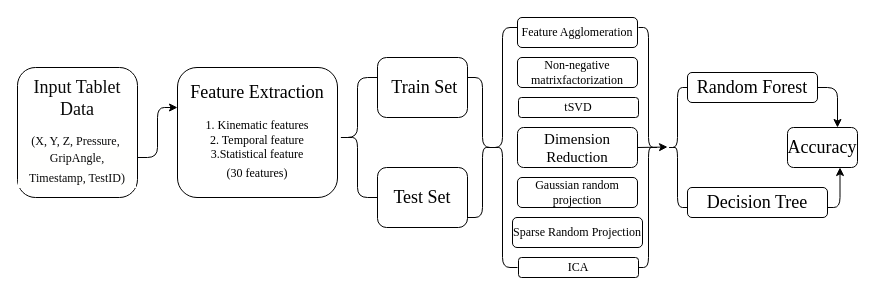
Above: Untitled Diagram.drawio in musaru/first_program (draw.io), before the change. Source tidied: cells renumbered, new cells numbered last; positions are measured from the earlier drawing's top-left corner, leaving out a move shared by most shapes. Both pictures are drawn from the tidied source at 100%, with x=0, y=0 at pixel (17, 17).
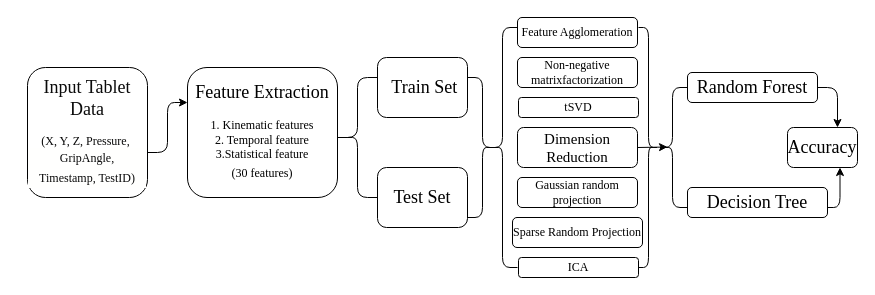
After the change.

What changed in the source:
```diff
@@
     <mxCell id="2" value="&lt;div style=&quot;font-size: 18px&quot; align=&quot;center&quot;&gt;&lt;font style=&quot;font-size: 18px&quot; face=&quot;Times New Roman&quot; color=&quot;#0A0A0A&quot;&gt;&lt;font style=&quot;font-size: 18px&quot;&gt;Input Tablet Data &lt;/font&gt;&lt;br&gt;&lt;/font&gt;&lt;/div&gt;&lt;div style=&quot;font-size: 11px&quot; align=&quot;center&quot;&gt;&lt;font style=&quot;font-size: 11px&quot; face=&quot;Times New Roman&quot; color=&quot;#0A0A0A&quot;&gt;&amp;nbsp;&lt;br&gt;&lt;/font&gt;&lt;/div&gt;&lt;div align=&quot;center&quot;&gt;&lt;font style=&quot;font-size: 12px&quot; face=&quot;Times New Roman&quot; color=&quot;#0A0A0A&quot;&gt;(X&lt;/font&gt;&lt;font style=&quot;font-size: 12px&quot; face=&quot;Times New Roman&quot; color=&quot;#0A0A0A&quot;&gt;, Y, Z, Pressure,&amp;nbsp;&lt;br&gt;&lt;/font&gt;&lt;/div&gt;&lt;div align=&quot;center&quot;&gt;&lt;div style=&quot;background-color: rgb(255 , 255 , 254) ; font-weight: normal ; line-height: 20px&quot;&gt;&lt;div&gt;&lt;font style=&quot;font-size: 12px&quot; face=&quot;Times New Roman&quot; color=&quot;#0A0A0A&quot;&gt;GripAngle,&lt;/font&gt;&lt;/div&gt;&lt;div&gt;&lt;font style=&quot;font-size: 12px&quot; face=&quot;Times New Roman&quot; color=&quot;#0A0A0A&quot;&gt;&lt;font style=&quot;font-size: 12px&quot;&gt;Timestamp, TestID)&lt;/font&gt;&lt;br&gt;&lt;/font&gt;&lt;/div&gt;&lt;/div&gt;&lt;/div&gt;" style="rounded=1;whiteSpace=wrap;html=1;align=center;" parent="1" vertex="1">
-      <mxGeometry y="50" width="120" height="130" as="geometry" />
+      <mxGeometry x="10" y="50" width="120" height="130" as="geometry" />
     </mxCell>
     <mxCell id="3" value="&lt;div style=&quot;font-size: 11px&quot;&gt;&lt;font style=&quot;font-size: 18px&quot; face=&quot;Times New Roman&quot;&gt;Feature Extraction&lt;/font&gt;&lt;/div&gt;&lt;div&gt;&lt;font style=&quot;font-size: 12px&quot; face=&quot;Times New Roman&quot;&gt;&lt;br&gt;&lt;/font&gt;&lt;/div&gt;&lt;div&gt;&lt;font style=&quot;font-size: 12px&quot; face=&quot;Times New Roman&quot;&gt;1. Kinematic features&lt;/font&gt;&lt;/div&gt;&lt;div&gt;&lt;font style=&quot;font-size: 12px&quot; face=&quot;Times New Roman&quot;&gt;2. Temporal feature&lt;/font&gt;&lt;/div&gt;&lt;div&gt;&lt;font style=&quot;font-size: 12px&quot; face=&quot;Times New Roman&quot;&gt;3.Statistical feature&lt;/font&gt;&lt;/div&gt;&lt;div&gt;&lt;font style=&quot;font-size: 12px&quot; face=&quot;Times New Roman&quot;&gt;(30 features)&lt;/font&gt;&lt;font style=&quot;font-size: 18px&quot;&gt;&lt;br&gt;&lt;/font&gt;&lt;/div&gt;" style="rounded=1;whiteSpace=wrap;html=1;" parent="1" vertex="1">
-      <mxGeometry x="160" y="50" width="160" height="130" as="geometry" />
+      <mxGeometry x="170" y="50" width="150" height="130" as="geometry" />
     </mxCell>
@@
-    <mxCell id="9" style="shape=curlyBracket;whiteSpace=wrap;html=1;rounded=1;" parent="1" vertex="1">
+    <mxCell id="9" style="shape=curlyBracket;whiteSpace=wrap;html=1;rounded=1;size=0.5;" parent="1" vertex="1">
       <mxGeometry x="320" y="60" width="40" height="120" as="geometry" />
     </mxCell>
     <mxCell id="10" style="edgeStyle=elbowEdgeStyle;elbow=horizontal;endArrow=classic;html=1;" parent="1" edge="1">
       <mxGeometry relative="1" as="geometry">
-        <mxPoint x="120" y="140" as="sourcePoint" />
-        <mxPoint x="160" y="90" as="targetPoint" />
+        <mxPoint x="130" y="135" as="sourcePoint" />
+        <mxPoint x="170" y="85" as="targetPoint" />
       </mxGeometry>
     </mxCell>
@@
     <mxCell id="14" style="shape=curlyBracket;whiteSpace=wrap;html=1;rounded=1;" parent="1" vertex="1">
-      <mxGeometry x="650" y="70" width="20" height="120" as="geometry" />
+      <mxGeometry x="640" y="70" width="30" height="120" as="geometry" />
     </mxCell>
@@
+    <mxCell id="25" style="line;strokeWidth=1;html=1;perimeter=backbonePerimeter;" parent="1" vertex="1">
+      <mxGeometry x="320" y="115" width="10" height="10" as="geometry" />
+    </mxCell>
```
